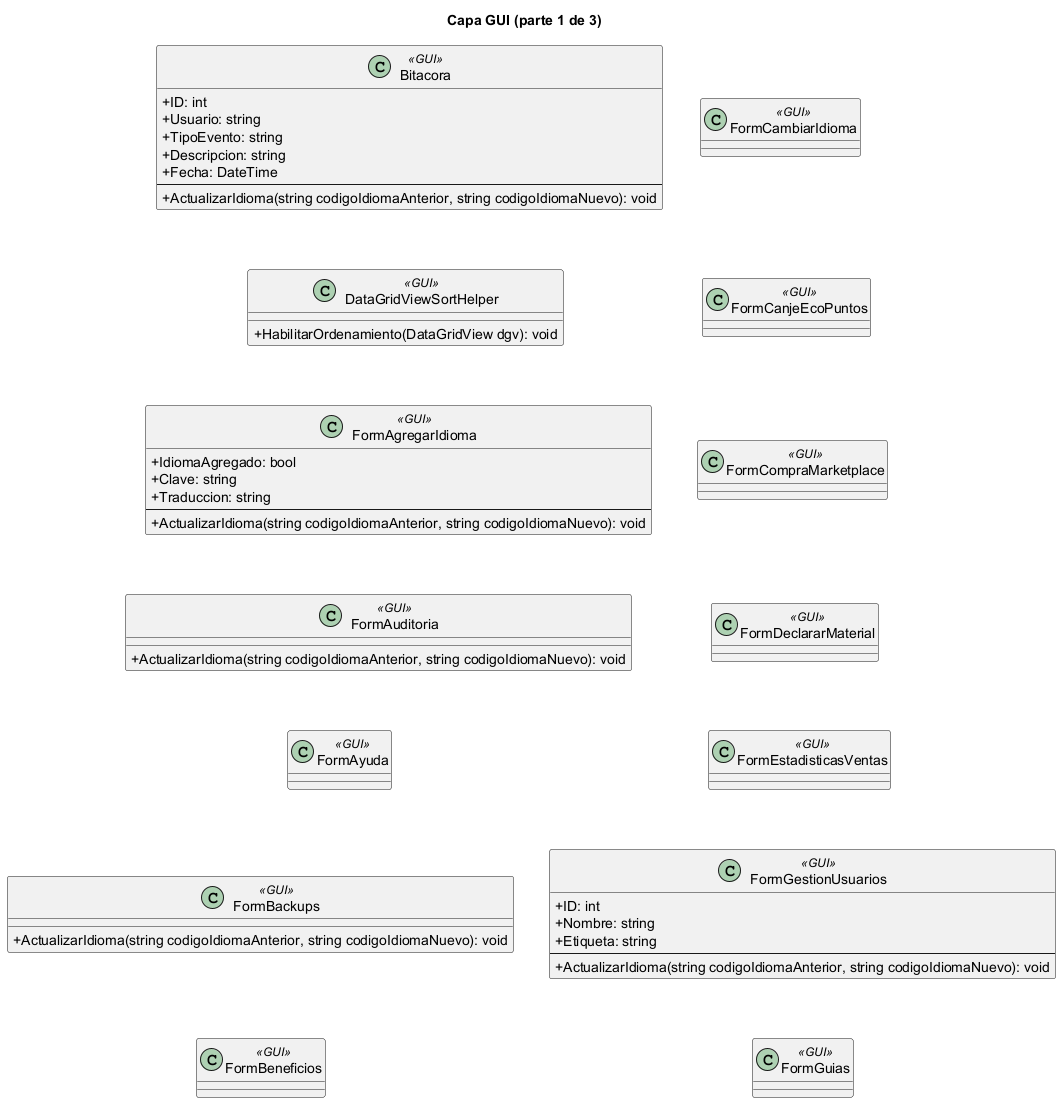
This is docs/diagramas/uml_png/capas__GUI_clases_1.png from L-Muniz/uai-diploma_2026, a PlantUML export, as it was before one commit.
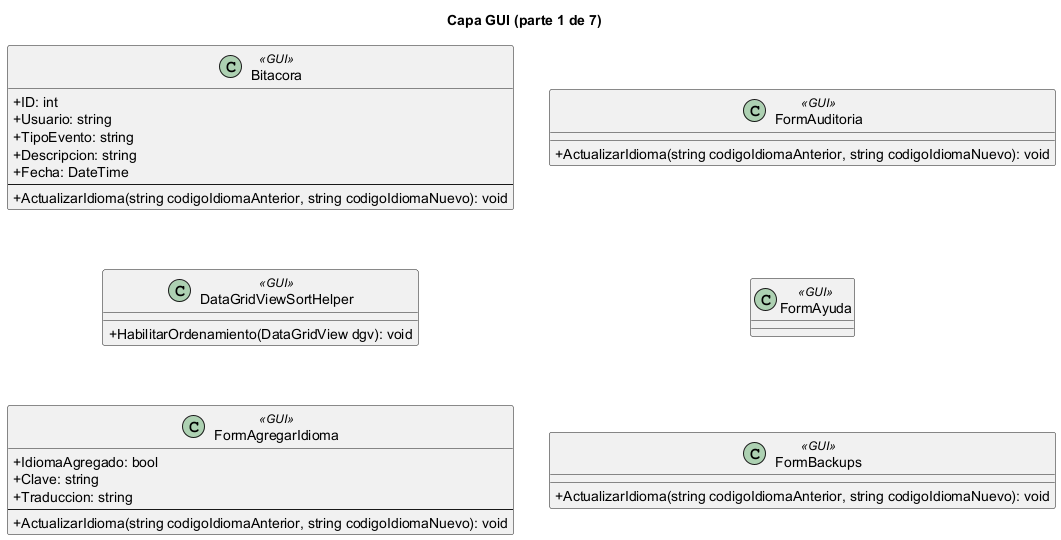
The same file after the commit.

Change to the diagram source:
```diff
@@ -1,7 +1,7 @@
 @startuml
 skinparam classAttributeIconSize 0
 skinparam linetype ortho
-title Capa GUI (parte 1 de 3)
+title Capa GUI (parte 1 de 7)
 class "Bitacora" as Bitacora <<GUI>> {
   +ID: int
   +Usuario: string
@@ -29,38 +29,9 @@
 class "FormBackups" as FormBackups <<GUI>> {
   +ActualizarIdioma(string codigoIdiomaAnterior, string codigoIdiomaNuevo): void
 }
-class "FormBeneficios" as FormBeneficios <<GUI>> {
-}
-class "FormCambiarIdioma" as FormCambiarIdioma <<GUI>> {
-}
-class "FormCanjeEcoPuntos" as FormCanjeEcoPuntos <<GUI>> {
-}
-class "FormCompraMarketplace" as FormCompraMarketplace <<GUI>> {
-}
-class "FormDeclararMaterial" as FormDeclararMaterial <<GUI>> {
-}
-class "FormEstadisticasVentas" as FormEstadisticasVentas <<GUI>> {
-}
-class "FormGestionUsuarios" as FormGestionUsuarios <<GUI>> {
-  +ID: int
-  +Nombre: string
-  +Etiqueta: string
-  --
-  +ActualizarIdioma(string codigoIdiomaAnterior, string codigoIdiomaNuevo): void
-}
-class "FormGuias" as FormGuias <<GUI>> {
-}
 Bitacora -[hidden]down- DataGridViewSortHelper
 DataGridViewSortHelper -[hidden]down- FormAgregarIdioma
-FormAgregarIdioma -[hidden]down- FormAuditoria
 FormAuditoria -[hidden]down- FormAyuda
 FormAyuda -[hidden]down- FormBackups
-FormBackups -[hidden]down- FormBeneficios
-FormCambiarIdioma -[hidden]down- FormCanjeEcoPuntos
-FormCanjeEcoPuntos -[hidden]down- FormCompraMarketplace
-FormCompraMarketplace -[hidden]down- FormDeclararMaterial
-FormDeclararMaterial -[hidden]down- FormEstadisticasVentas
-FormEstadisticasVentas -[hidden]down- FormGestionUsuarios
-FormGestionUsuarios -[hidden]down- FormGuias
-Bitacora -[hidden]right- FormCambiarIdioma
+Bitacora -[hidden]right- FormAuditoria
 @enduml
```
